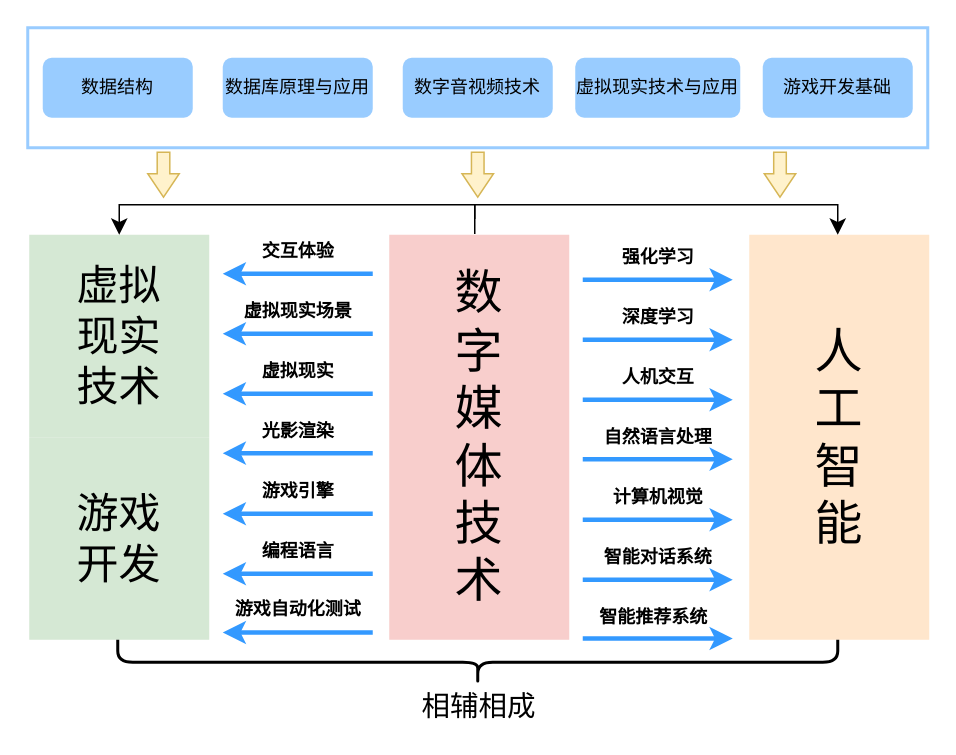
xewy/qimo2 keeps this draw.io diagram as 课程图.drawio. Above is the earlier version. Source tidied: cells renumbered, new cells numbered last; positions are measured from the earlier drawing's top-left corner, leaving out a move shared by most shapes. Both pictures are drawn from the tidied source at 150%, with x=0, y=0 at pixel (27, 27).
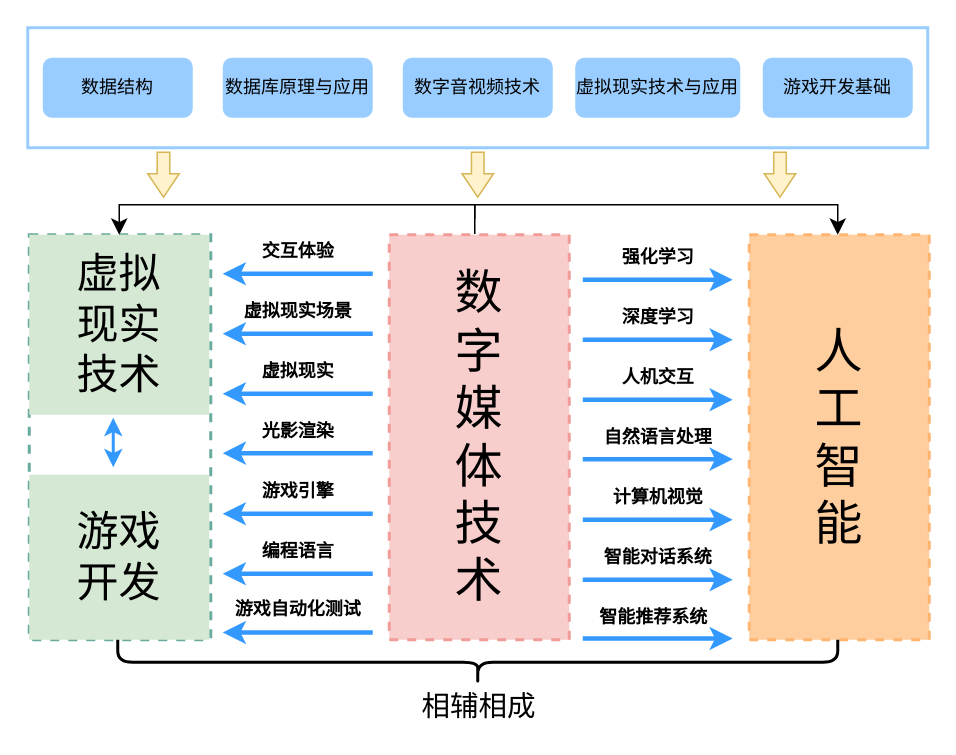
The same diagram, later.

Commit message (it also covers changes not shown here):
更新课程图.drawio

The edit, as a diff of the source:
```diff
@@
+    <mxCell id="47" style="rounded=0;whiteSpace=wrap;html=1;dashed=1;strokeWidth=2;strokeColor=#67AB9F;" parent="1" vertex="1">
+      <mxGeometry x="1" y="138" width="121" height="270" as="geometry" />
+    </mxCell>
@@
-    <mxCell id="3" value="数&lt;div&gt;字&lt;/div&gt;&lt;div&gt;媒&lt;/div&gt;&lt;div&gt;体&lt;/div&gt;&lt;div&gt;技&lt;/div&gt;&lt;div&gt;术&lt;/div&gt;" style="rounded=0;whiteSpace=wrap;html=1;strokeColor=none;strokeWidth=2;fontSize=32;fillColor=#f8cecc;" parent="1" vertex="1">
+    <mxCell id="3" value="数&lt;div&gt;字&lt;/div&gt;&lt;div&gt;媒&lt;/div&gt;&lt;div&gt;体&lt;/div&gt;&lt;div&gt;技&lt;/div&gt;&lt;div&gt;术&lt;/div&gt;" style="rounded=0;whiteSpace=wrap;html=1;strokeColor=#F19C99;strokeWidth=2;fontSize=32;fillColor=#f8cecc;dashed=1;" parent="1" vertex="1">
       <mxGeometry x="241" y="138" width="120" height="270" as="geometry" />
     </mxCell>
-    <mxCell id="4" value="人&lt;div&gt;工&lt;/div&gt;&lt;div&gt;智&lt;/div&gt;&lt;div&gt;能&lt;/div&gt;" style="rounded=0;whiteSpace=wrap;html=1;strokeColor=none;strokeWidth=2;fontSize=32;fillColor=#ffe6cc;" parent="1" vertex="1">
+    <mxCell id="4" value="人&lt;div&gt;工&lt;/div&gt;&lt;div&gt;智&lt;/div&gt;&lt;div&gt;能&lt;/div&gt;" style="rounded=0;whiteSpace=wrap;html=1;strokeColor=#FFB570;strokeWidth=2;fontSize=32;fillColor=#FFCE9F;dashed=1;" parent="1" vertex="1">
       <mxGeometry x="481" y="138" width="120" height="270" as="geometry" />
     </mxCell>
@@
-    <mxCell id="11" value="&lt;font&gt;虚拟&lt;/font&gt;&lt;div&gt;&lt;font&gt;现实&lt;/font&gt;&lt;/div&gt;&lt;div&gt;&lt;font&gt;技术&lt;/font&gt;&lt;/div&gt;" style="rounded=0;whiteSpace=wrap;html=1;fillColor=#d5e8d4;strokeColor=none;strokeWidth=2;fontSize=28;" parent="1" vertex="1">
-      <mxGeometry x="1" y="138" width="120" height="135" as="geometry" />
+    <mxCell id="11" value="&lt;font&gt;虚拟&lt;/font&gt;&lt;div&gt;&lt;font&gt;现实&lt;/font&gt;&lt;/div&gt;&lt;div&gt;&lt;font&gt;技术&lt;/font&gt;&lt;/div&gt;" style="rounded=0;whiteSpace=wrap;html=1;fillColor=#d5e8d4;strokeColor=none;strokeWidth=1;fontSize=28;" parent="1" vertex="1">
+      <mxGeometry x="1" y="138" width="120" height="120" as="geometry" />
     </mxCell>
     <mxCell id="12" value="游戏&lt;div&gt;开发&lt;/div&gt;" style="rounded=0;whiteSpace=wrap;html=1;strokeColor=none;strokeWidth=2;fontSize=28;fillColor=#d5e8d4;" parent="1" vertex="1">
-      <mxGeometry x="1" y="273" width="120" height="135" as="geometry" />
+      <mxGeometry x="1" y="298" width="120" height="110" as="geometry" />
     </mxCell>
@@
+    <mxCell id="48" style="endArrow=classic;startArrow=classic;html=1;rounded=0;strokeWidth=2;strokeColor=#3399FF;" parent="1" edge="1">
+      <mxGeometry relative="1" as="geometry">
+        <mxPoint x="57" y="260" as="sourcePoint" />
+        <mxPoint x="57" y="293" as="targetPoint" />
+      </mxGeometry>
+    </mxCell>
```
